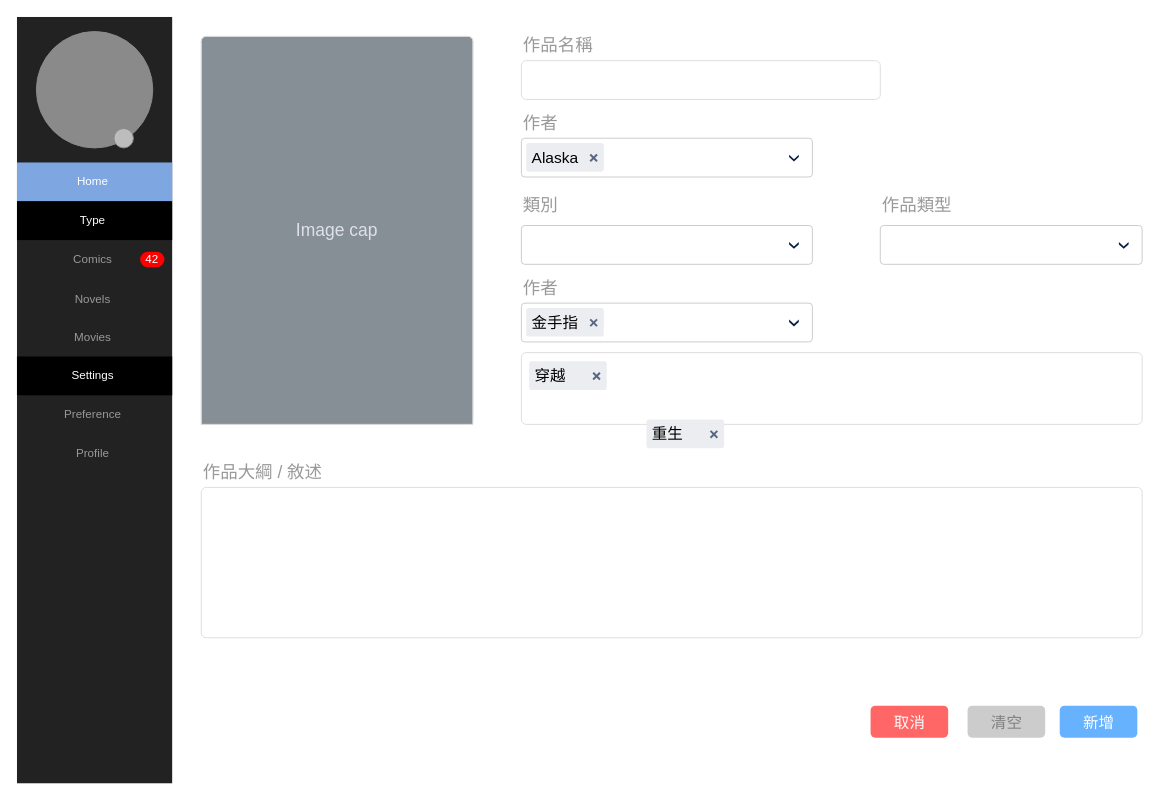
Before: UI image/insert.drawio in memorykghs/Recommend-Books-And-Drama, a draw.io diagram. Source tidied: cells renumbered, new cells numbered last; positions are measured from the earlier drawing's top-left corner, leaving out a move shared by most shapes. Both pictures are drawn from the tidied source at 97%, with x=0, y=0 at pixel (16, 16).
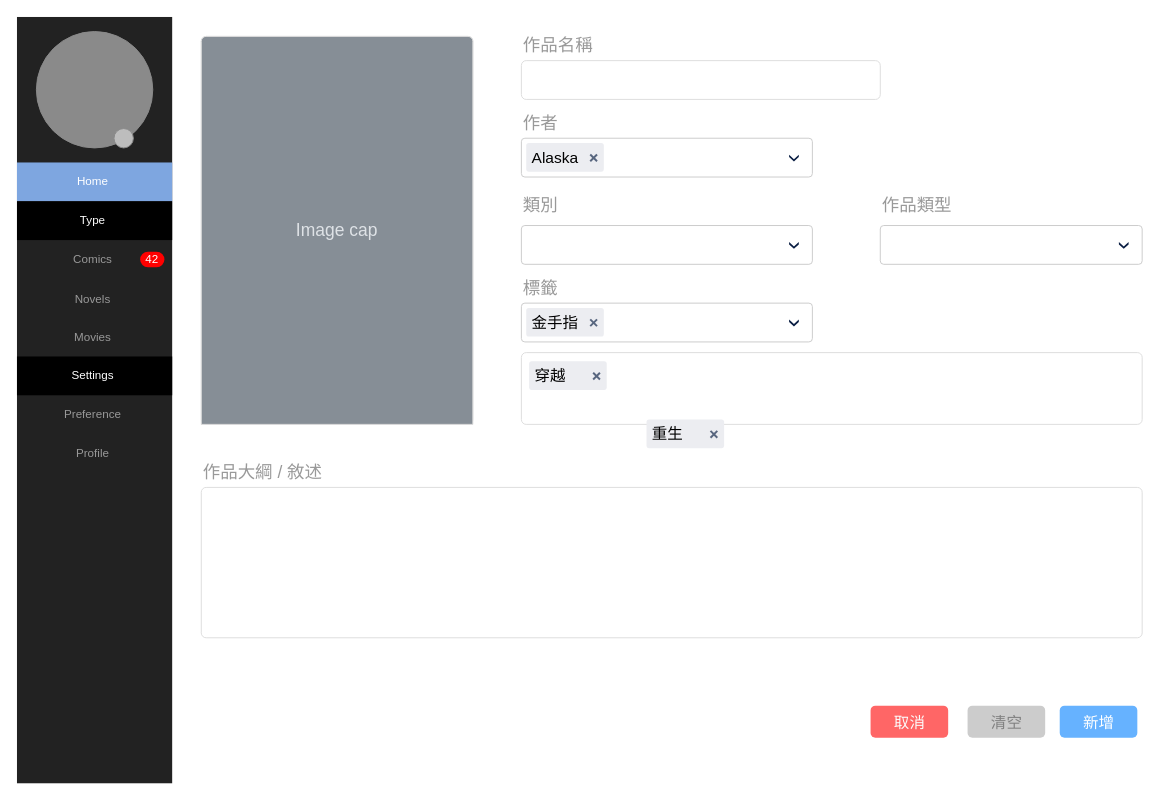
After the change.

The edit, as a diff of the source:
```diff
@@
-    <mxCell id="27" value="作者" style="text;html=1;strokeColor=none;fillColor=none;align=left;verticalAlign=middle;whiteSpace=wrap;rounded=0;labelBackgroundColor=none;fontSize=18;fontColor=#999999;" parent="1" vertex="1">
+    <mxCell id="27" value="標籤" style="text;html=1;strokeColor=none;fillColor=none;align=left;verticalAlign=middle;whiteSpace=wrap;rounded=0;labelBackgroundColor=none;fontSize=18;fontColor=#999999;" parent="1" vertex="1">
       <mxGeometry x="520" y="270" width="90" height="20" as="geometry" />
     </mxCell>
```
